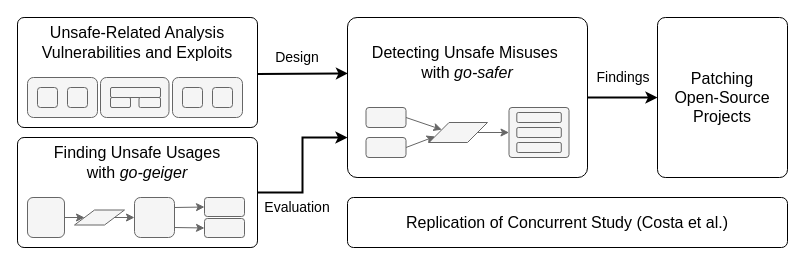
Before: thesis/assets/figures/chapter1/outline1.drawio in jlauinger/master-of-science, a draw.io diagram. Source tidied: cells renumbered, new cells numbered last; positions are measured from the earlier drawing's top-left corner, leaving out a move shared by most shapes. Both pictures are drawn from the tidied source at 100%, with x=0, y=0 at pixel (17, 17).
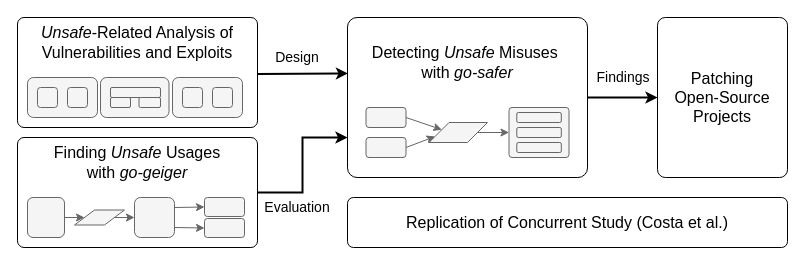
The same page after the edit.

Change to the diagram source:
```diff
@@
-    <mxCell id="46" value="&lt;font style=&quot;font-size: 16px&quot;&gt;Finding Unsafe Usages &lt;br&gt;with &lt;i&gt;go-geiger&lt;/i&gt;&lt;/font&gt;" style="text;html=1;strokeColor=none;fillColor=none;align=center;verticalAlign=middle;whiteSpace=wrap;rounded=0;" parent="1" vertex="1">
+    <mxCell id="46" value="&lt;font style=&quot;font-size: 16px&quot;&gt;Finding &lt;i&gt;Unsafe&lt;/i&gt; Usages &lt;br&gt;with &lt;i&gt;go-geiger&lt;/i&gt;&lt;/font&gt;" style="text;html=1;strokeColor=none;fillColor=none;align=center;verticalAlign=middle;whiteSpace=wrap;rounded=0;" parent="1" vertex="1">
       <mxGeometry y="130" width="240" height="30" as="geometry" />
     </mxCell>
-    <mxCell id="47" value="&lt;span style=&quot;font-size: 16px&quot;&gt;Unsafe-Related Analysis Vulnerabilities and Exploits&lt;/span&gt;" style="text;html=1;strokeColor=none;fillColor=none;align=center;verticalAlign=middle;whiteSpace=wrap;rounded=0;" parent="1" vertex="1">
+    <mxCell id="47" value="&lt;span style=&quot;font-size: 16px&quot;&gt;&lt;i&gt;Unsafe&lt;/i&gt;-Related Analysis of Vulnerabilities and Exploits&lt;/span&gt;" style="text;html=1;strokeColor=none;fillColor=none;align=center;verticalAlign=middle;whiteSpace=wrap;rounded=0;" parent="1" vertex="1">
       <mxGeometry y="10" width="240" height="30" as="geometry" />
     </mxCell>
-    <mxCell id="48" value="&lt;font style=&quot;font-size: 16px&quot;&gt;Detecting Unsafe Misuses&amp;nbsp;&lt;br&gt;with &lt;i&gt;go-safer&lt;/i&gt;&lt;/font&gt;" style="text;html=1;strokeColor=none;fillColor=none;align=center;verticalAlign=middle;whiteSpace=wrap;rounded=0;" parent="1" vertex="1">
+    <mxCell id="48" value="&lt;font style=&quot;font-size: 16px&quot;&gt;Detecting &lt;i&gt;Unsafe&lt;/i&gt; Misuses&amp;nbsp;&lt;br&gt;with &lt;i&gt;go-safer&lt;/i&gt;&lt;/font&gt;" style="text;html=1;strokeColor=none;fillColor=none;align=center;verticalAlign=middle;whiteSpace=wrap;rounded=0;" parent="1" vertex="1">
       <mxGeometry x="330" y="30" width="240" height="30" as="geometry" />
     </mxCell>
```
